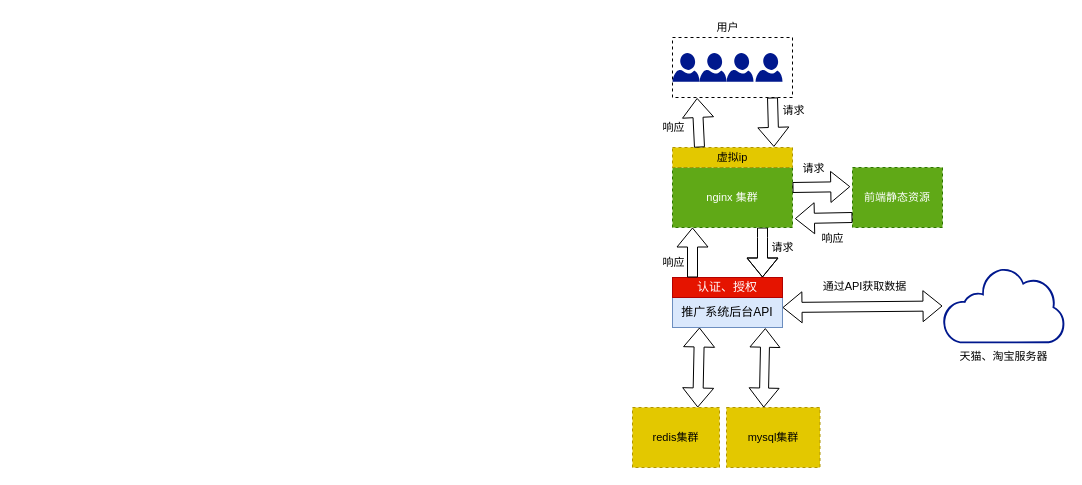
Above: Untitled Diagram.drawio in ndb000901/diagrams (draw.io), before the change. Source tidied: cells renumbered, new cells numbered last; positions are measured from the earlier drawing's top-left corner, leaving out a move shared by most shapes. Both pictures are drawn from the tidied source at 100%, with x=0, y=0 at pixel (632, 17).
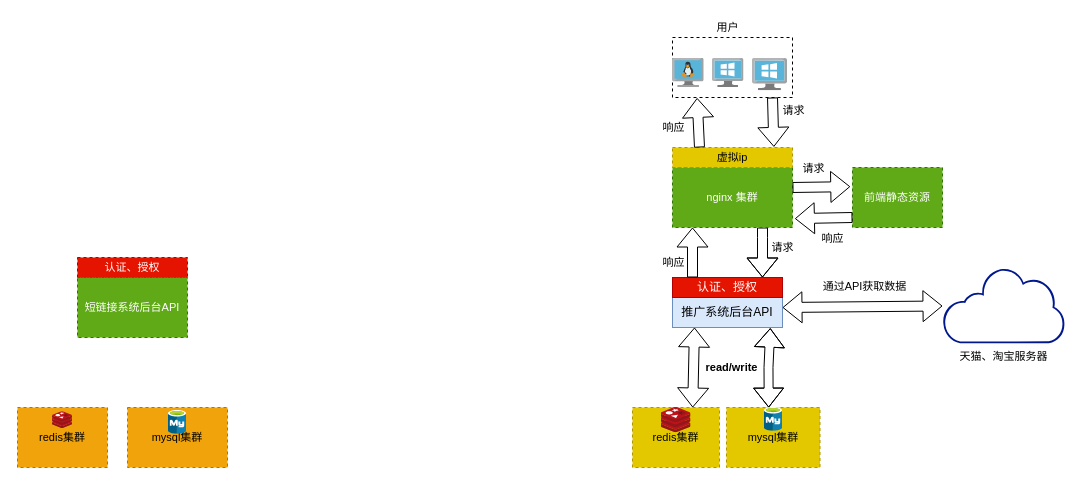
The same page after the edit.

The change refers to these unchanged cells:
```xml
<mxCell id="2" value="推广系统后台API" style="rounded=0;whiteSpace=wrap;html=1;fillColor=#dae8fc;strokeColor=#6c8ebf;" parent="1" vertex="1">
  <mxGeometry x="40" y="280" width="110" height="30" as="geometry" />
</mxCell>
<mxCell id="28" value="redis集群" style="rounded=0;whiteSpace=wrap;html=1;dashed=1;fontFamily=Helvetica;fontSize=11;fontColor=#000000;fillColor=#e3c800;strokeColor=#B09500;" parent="1" vertex="1">
  <mxGeometry y="390" width="87" height="60" as="geometry" />
</mxCell>
<mxCell id="29" value="mysql集群" style="rounded=0;whiteSpace=wrap;html=1;dashed=1;fontFamily=Helvetica;fontSize=11;fontColor=#000000;fillColor=#e3c800;strokeColor=#B09500;" parent="1" vertex="1">
  <mxGeometry x="94" y="390" width="93.5" height="60" as="geometry" />
</mxCell>
```

What changed in the source:
```diff
@@
-    <mxCell id="16" style="sketch=0;shadow=0;dashed=0;html=1;strokeColor=none;labelPosition=center;verticalLabelPosition=bottom;verticalAlign=top;align=center;fillColor=#00188D;shape=mxgraph.azure.user;fontFamily=Helvetica;fontSize=11;fontColor=default;" parent="1" vertex="1">
-      <mxGeometry x="40" y="35.6" width="27" height="28.7" as="geometry" />
-    </mxCell>
-    <mxCell id="17" style="sketch=0;shadow=0;dashed=0;html=1;strokeColor=none;labelPosition=center;verticalLabelPosition=bottom;verticalAlign=top;align=center;fillColor=#00188D;shape=mxgraph.azure.user;fontFamily=Helvetica;fontSize=11;fontColor=default;" parent="1" vertex="1">
-      <mxGeometry x="67" y="35.6" width="27" height="28.7" as="geometry" />
-    </mxCell>
-    <mxCell id="18" style="sketch=0;shadow=0;dashed=0;html=1;strokeColor=none;labelPosition=center;verticalLabelPosition=bottom;verticalAlign=top;align=center;fillColor=#00188D;shape=mxgraph.azure.user;fontFamily=Helvetica;fontSize=11;fontColor=default;" parent="1" vertex="1">
-      <mxGeometry x="94" y="35.6" width="27" height="28.7" as="geometry" />
-    </mxCell>
-    <mxCell id="19" style="sketch=0;shadow=0;dashed=0;html=1;strokeColor=none;labelPosition=center;verticalLabelPosition=bottom;verticalAlign=top;align=center;fillColor=#00188D;shape=mxgraph.azure.user;fontFamily=Helvetica;fontSize=11;fontColor=default;" parent="1" vertex="1">
-      <mxGeometry x="123" y="35.6" width="27" height="28.7" as="geometry" />
-    </mxCell>
@@
-    <mxCell id="30" style="shape=flexArrow;endArrow=classic;startArrow=classic;html=1;rounded=0;labelBackgroundColor=default;fontFamily=Helvetica;fontSize=11;fontColor=default;strokeColor=default;width=8.965517241379311;endSize=5.86896551724138;exitX=0.398;exitY=0.001;exitDx=0;exitDy=0;exitPerimeter=0;entryX=0.844;entryY=1.021;entryDx=0;entryDy=0;entryPerimeter=0;" parent="1" edge="1" source="29" target="2">
-      <mxGeometry relative="1" as="geometry" />
+    <mxCell id="30" style="shape=flexArrow;endArrow=classic;startArrow=classic;html=1;rounded=0;labelBackgroundColor=default;fontFamily=Helvetica;fontSize=11;fontColor=default;strokeColor=default;width=8.965517241379311;endSize=5.86896551724138;exitX=0.398;exitY=0.001;exitDx=0;exitDy=0;exitPerimeter=0;entryX=0.844;entryY=1.021;entryDx=0;entryDy=0;entryPerimeter=0;" parent="1" edge="1">
+      <mxGeometry relative="1" as="geometry">
+        <mxPoint x="136.2" y="390.1" as="sourcePoint" />
+        <mxPoint x="137.8" y="310.6" as="targetPoint" />
+        <Array as="points">
+          <mxPoint x="136" y="350" />
+        </Array>
+      </mxGeometry>
     </mxCell>
-    <mxCell id="31" style="shape=flexArrow;endArrow=classic;startArrow=classic;html=1;rounded=0;labelBackgroundColor=default;fontFamily=Helvetica;fontSize=11;fontColor=default;strokeColor=default;exitX=0.75;exitY=0;exitDx=0;exitDy=0;" parent="1" edge="1" source="28">
+    <mxCell id="31" style="shape=flexArrow;endArrow=classic;startArrow=classic;html=1;rounded=0;labelBackgroundColor=default;fontFamily=Helvetica;fontSize=11;fontColor=default;strokeColor=default;exitX=0.75;exitY=0;exitDx=0;exitDy=0;" parent="1" edge="1">
       <mxGeometry relative="1" as="geometry">
-        <mxPoint x="67" y="310" as="targetPoint" />
+        <mxPoint x="60.2" y="390" as="sourcePoint" />
+        <mxPoint x="62" y="310" as="targetPoint" />
       </mxGeometry>
     </mxCell>
+    <mxCell id="32" style="sketch=0;html=1;align=center;image;fontSize=12;image=img/lib/mscae/Cache_Redis_Product.svg;dashed=1;fontFamily=Helvetica;fontColor=default;" parent="1" vertex="1">
+      <mxGeometry x="28.5" y="390" width="30" height="25.2" as="geometry" />
+    </mxCell>
+    <mxCell id="33" style="sketch=0;html=1;align=center;image;fontSize=12;image=img/lib/mscae/VM_Linux.svg;dashed=1;fontFamily=Helvetica;fontColor=default;" parent="1" vertex="1">
+      <mxGeometry x="40" y="40.8" width="31.7" height="29.2" as="geometry" />
+    </mxCell>
+    <mxCell id="34" style="sketch=0;html=1;align=center;image;fontSize=12;image=img/lib/mscae/VirtualMachineWindows.svg;dashed=1;fontFamily=Helvetica;fontColor=default;" parent="1" vertex="1">
+      <mxGeometry x="80" y="41" width="31.5" height="29" as="geometry" />
+    </mxCell>
+    <mxCell id="35" style="sketch=0;html=1;align=center;image;fontSize=12;image=img/lib/mscae/VirtualMachineWindows.svg;dashed=1;fontFamily=Helvetica;fontColor=default;" parent="1" vertex="1">
+      <mxGeometry x="120" y="41" width="35" height="32.2" as="geometry" />
+    </mxCell>
+    <mxCell id="36" style="sketch=0;html=1;align=center;image;fontSize=12;image=img/lib/mscae/Azure_Database_for_MySQL_servers.svg;dashed=1;fontFamily=Helvetica;fontColor=default;" parent="1" vertex="1">
+      <mxGeometry x="132" y="390" width="18" height="23.7" as="geometry" />
+    </mxCell>
+    <mxCell id="37" value="read/write" style="text;html=1;align=center;verticalAlign=middle;strokeColor=none;fillColor=none;fontSize=11;fontFamily=Helvetica;fontColor=default;fontStyle=1;" parent="1" vertex="1">
+      <mxGeometry x="64" y="340" width="70" height="20" as="geometry" />
+    </mxCell>
+    <mxCell id="38" value="认证、授权" style="rounded=0;whiteSpace=wrap;html=1;dashed=1;fontFamily=Helvetica;fontSize=11;fontColor=#ffffff;fillColor=#e51400;strokeColor=#B20000;" parent="1" vertex="1">
+      <mxGeometry x="-555" y="240" width="110" height="20" as="geometry" />
+    </mxCell>
+    <mxCell id="39" value="短链接系统后台API" style="rounded=0;whiteSpace=wrap;html=1;dashed=1;fontFamily=Helvetica;fontSize=11;fontColor=#ffffff;fillColor=#60a917;strokeColor=#2D7600;" parent="1" vertex="1">
+      <mxGeometry x="-555" y="260" width="110" height="60" as="geometry" />
+    </mxCell>
+    <mxCell id="40" value="redis集群" style="rounded=0;whiteSpace=wrap;html=1;dashed=1;fontFamily=Helvetica;fontSize=11;fontColor=#000000;fillColor=#f0a30a;strokeColor=#BD7000;" parent="1" vertex="1">
+      <mxGeometry x="-615" y="390" width="90" height="60" as="geometry" />
+    </mxCell>
+    <mxCell id="41" style="sketch=0;html=1;align=center;image;fontSize=12;image=img/lib/mscae/Cache_Redis_Product.svg;dashed=1;fontFamily=Helvetica;fontColor=default;" parent="1" vertex="1">
+      <mxGeometry x="-580" y="394.2" width="20" height="16.8" as="geometry" />
+    </mxCell>
+    <mxCell id="42" value="mysql集群" style="rounded=0;whiteSpace=wrap;html=1;dashed=1;fontFamily=Helvetica;fontSize=11;fontColor=#000000;fillColor=#f0a30a;strokeColor=#BD7000;" parent="1" vertex="1">
+      <mxGeometry x="-505" y="390" width="100" height="60" as="geometry" />
+    </mxCell>
+    <mxCell id="43" style="sketch=0;html=1;align=center;image;fontSize=12;image=img/lib/mscae/Azure_Database_for_MySQL_servers.svg;dashed=1;fontFamily=Helvetica;fontColor=default;" parent="1" vertex="1">
+      <mxGeometry x="-464" y="393" width="18" height="23.7" as="geometry" />
+    </mxCell>
```
